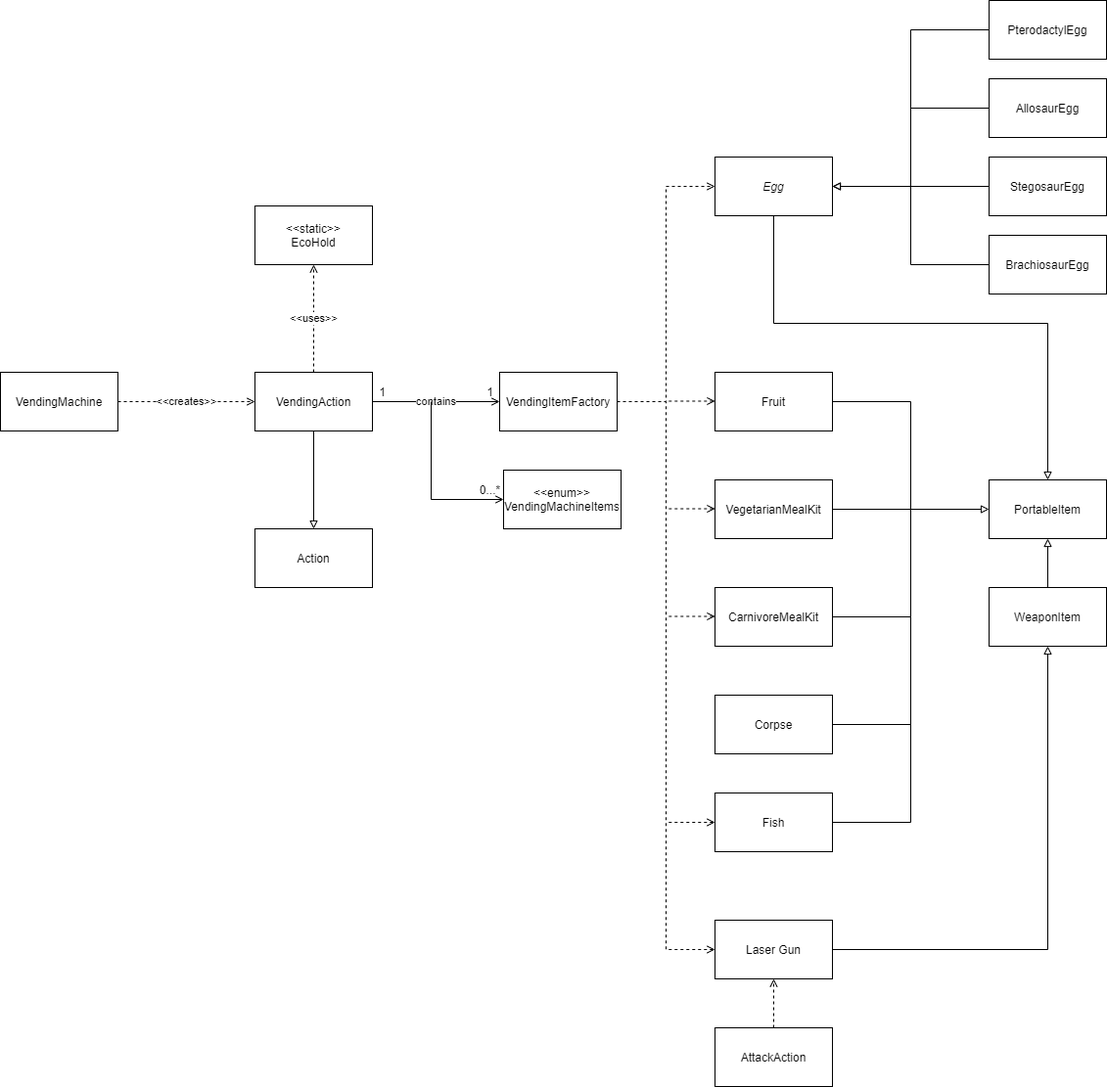
This is docs/FIT2099_A1_UML_ItemsVendingMachine.png from Nochl/Jurrasic_Park_Sim, a draw.io export, as it was before one commit. Source tidied: cells renumbered, new cells last; positions are measured from the earlier drawing's top-left corner, leaving out a move shared by most shapes.
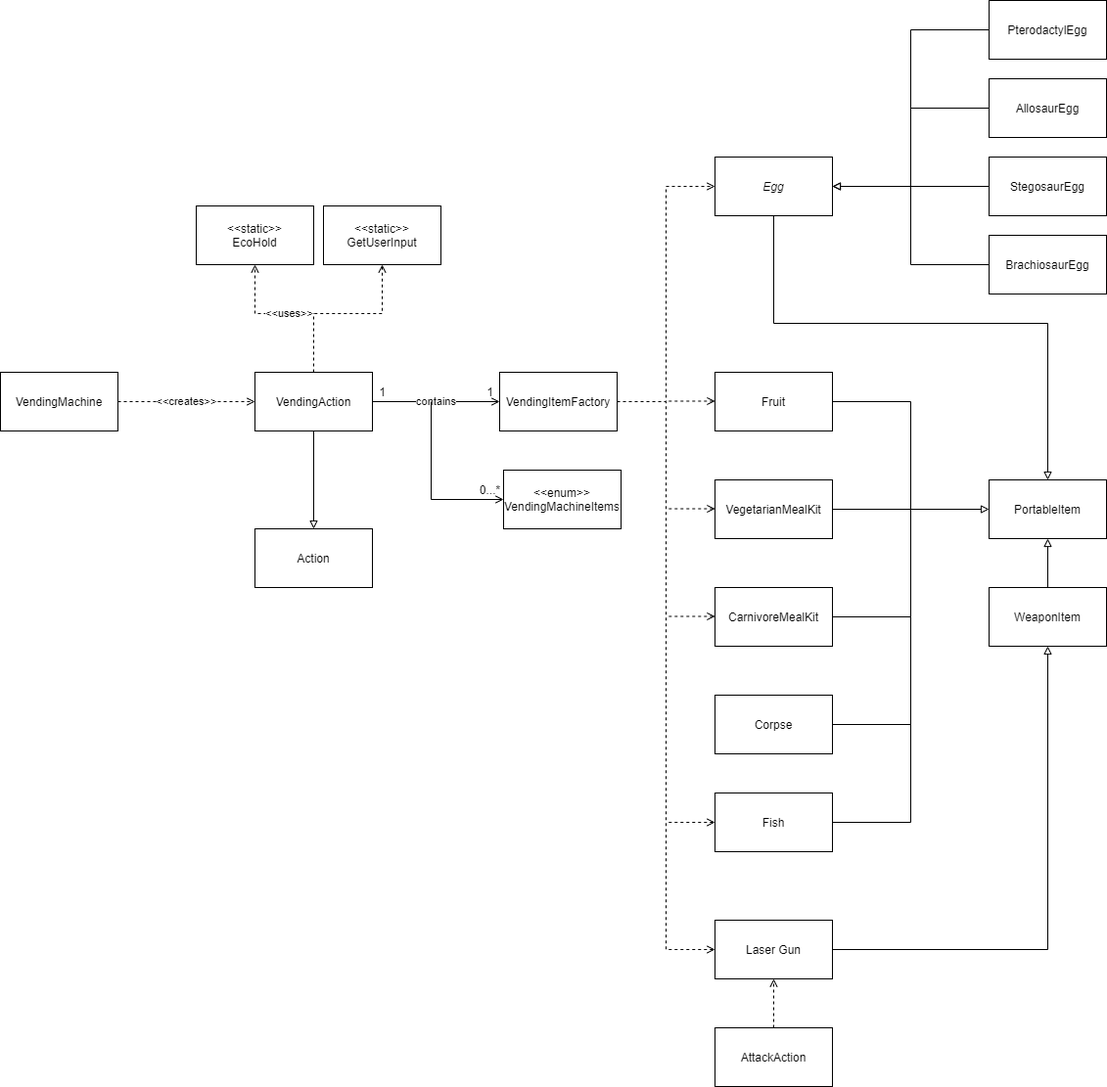
The same diagram one commit later.

Commit message:
Added dependency relationship between VendingAction and GetUserInput

The edit, as a diff of the source:
```diff
@@ -57,7 +57,12 @@
       <mxGeometry relative="1" as="geometry" />
     </mxCell>
     <mxCell id="15" value="&amp;lt;&amp;lt;uses&amp;gt;&amp;gt;" style="edgeStyle=orthogonalEdgeStyle;rounded=0;jettySize=auto;html=1;entryX=0.5;entryY=1;entryDx=0;entryDy=0;dashed=1;endArrow=open;endFill=0;exitX=0.5;exitY=0;exitDx=0;exitDy=0;" parent="1" edge="1" source="16" target="38">
-      <mxGeometry relative="1" as="geometry" />
+      <mxGeometry relative="1" as="geometry">
+        <Array as="points">
+          <mxPoint x="320" y="320" />
+          <mxPoint x="260" y="320" />
+        </Array>
+      </mxGeometry>
     </mxCell>
     <mxCell id="16" value="VendingAction" style="whiteSpace=wrap;html=1;" parent="1" vertex="1">
       <mxGeometry x="260" y="380" width="120" height="60" as="geometry" />
@@ -146,7 +151,7 @@
       <mxGeometry y="380" width="120" height="60" as="geometry" />
     </mxCell>
     <mxCell id="38" value="&amp;lt;&amp;lt;static&amp;gt;&amp;gt;&lt;br&gt;EcoHold" style="whiteSpace=wrap;html=1;" parent="1" vertex="1">
-      <mxGeometry x="260" y="210" width="120" height="60" as="geometry" />
+      <mxGeometry x="200" y="210" width="120" height="60" as="geometry" />
     </mxCell>
     <mxCell id="39" value="PterodactylEgg" style="whiteSpace=wrap;html=1;" parent="1" vertex="1">
       <mxGeometry x="1010" width="120" height="60" as="geometry" />
@@ -197,5 +202,16 @@
     <mxCell id="48" value="0...*" style="text;html=1;align=center;verticalAlign=middle;strokeColor=none;" parent="1" vertex="1">
       <mxGeometry x="480" y="490" width="40" height="20" as="geometry" />
     </mxCell>
+    <mxCell id="49" style="edgeStyle=orthogonalEdgeStyle;rounded=0;jettySize=auto;html=1;exitX=0.5;exitY=1;exitDx=0;exitDy=0;startArrow=open;startFill=0;endArrow=none;endFill=0;dashed=1;" parent="1" edge="1" source="50">
+      <mxGeometry relative="1" as="geometry">
+        <mxPoint x="320" y="320" as="targetPoint" />
+        <Array as="points">
+          <mxPoint x="390" y="320" />
+        </Array>
+      </mxGeometry>
+    </mxCell>
+    <mxCell id="50" value="&amp;lt;&amp;lt;static&amp;gt;&amp;gt;&lt;br&gt;GetUserInput" style="whiteSpace=wrap;html=1;" parent="1" vertex="1">
+      <mxGeometry x="330" y="210" width="120" height="60" as="geometry" />
+    </mxCell>
   </root>
 </mxGraphModel>
```
